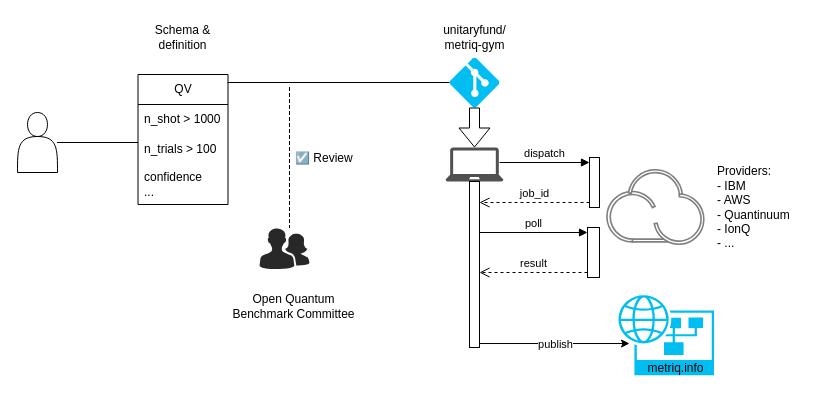
This is docs/assets/workflow-diagram.drawio from unitaryfund/metriq-gym, a draw.io file, before an edit. Source tidied: cells renumbered, new cells numbered last; positions are measured from the earlier drawing's top-left corner, leaving out a move shared by most shapes. Both pictures are drawn from the tidied source at 100%, with x=0, y=0 at pixel (17, 17).
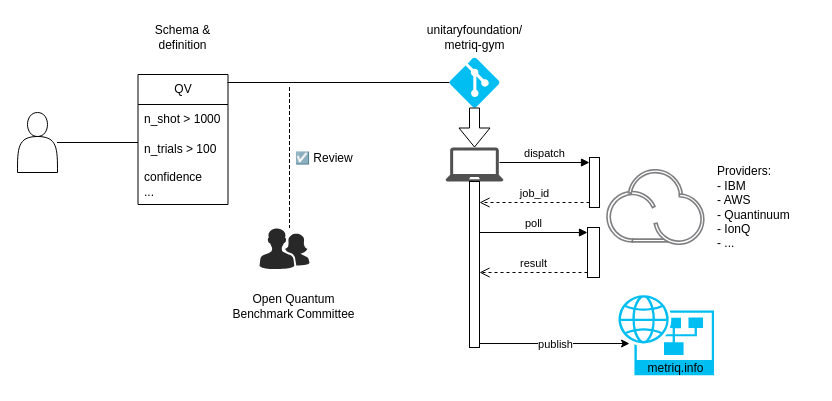
After the change.

Diff of the diagram source:
```diff
@@
-    <mxCell id="22" value="&lt;div&gt;unitaryfund/&lt;br&gt;&lt;/div&gt;&lt;div&gt;metriq-gym&lt;/div&gt;" style="text;html=1;align=center;verticalAlign=middle;strokeColor=none;fillColor=none;" parent="1" vertex="1">
+    <mxCell id="22" value="&lt;div&gt;unitaryfoundation/&lt;br&gt;&lt;/div&gt;&lt;div&gt;metriq-gym&lt;/div&gt;" style="text;html=1;align=center;verticalAlign=middle;strokeColor=none;fillColor=none;" parent="1" vertex="1">
       <mxGeometry x="412" width="90" height="40" as="geometry" />
     </mxCell>
```
